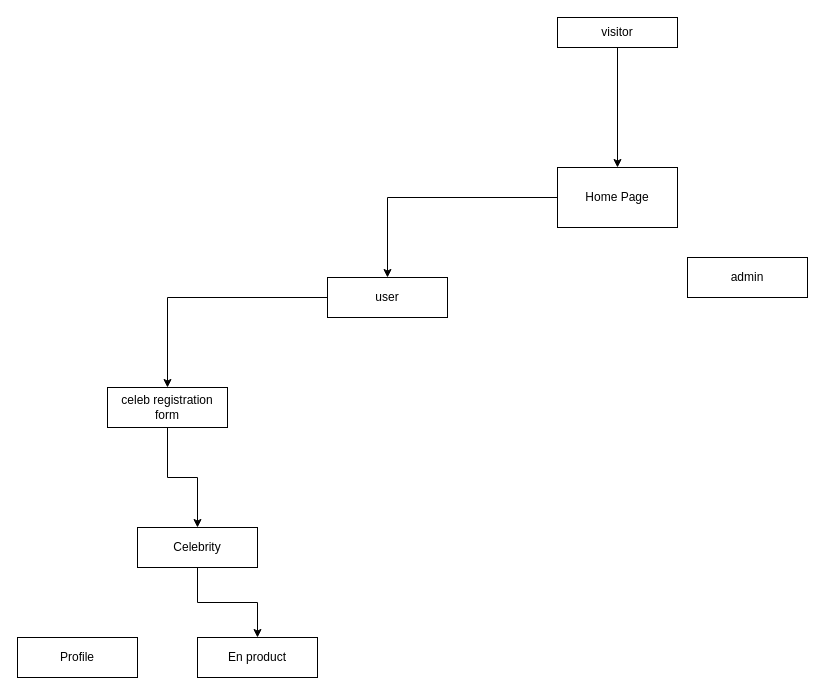
This is public/engalle.drawio from Engaller/engaller-core, a draw.io file, before an edit. Source tidied: cells renumbered, new cells numbered last; positions are measured from the earlier drawing's top-left corner, leaving out a move shared by most shapes. Both pictures are drawn from the tidied source at 100%, with x=0, y=0 at pixel (17, 17).
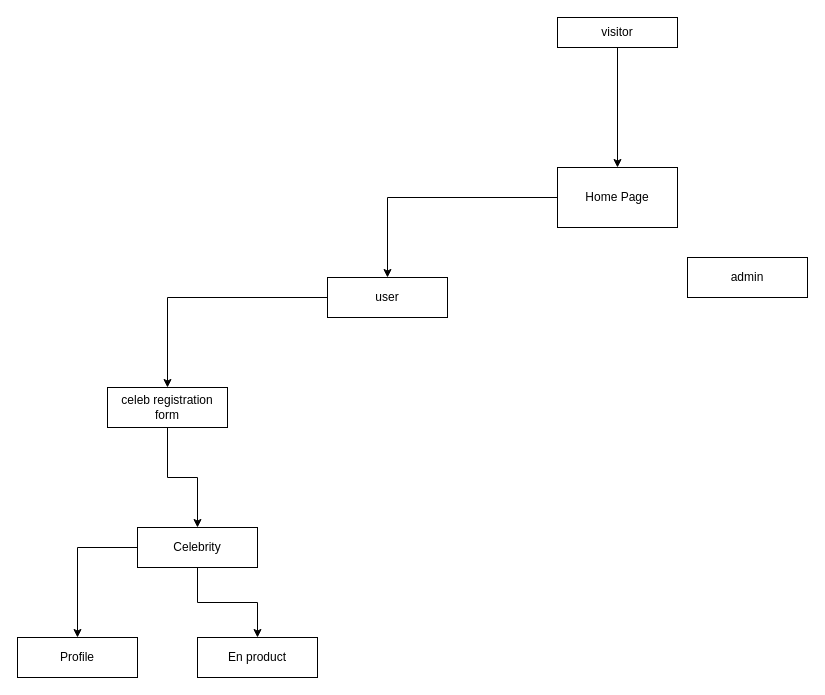
The same page after the edit.

Change to the diagram source:
```diff
@@
 <mxGraphModel>
   <root>
     <mxCell id="0" />
     <mxCell id="1" parent="0" />
     <mxCell id="2" style="edgeStyle=orthogonalEdgeStyle;rounded=0;jettySize=auto;html=1;exitX=0.5;exitY=1;exitDx=0;exitDy=0;entryX=0.5;entryY=0;entryDx=0;entryDy=0;" parent="1" edge="1" source="3" target="5">
       <mxGeometry relative="1" as="geometry" />
     </mxCell>
     <mxCell id="3" value="visitor" style="rounded=0;whiteSpace=wrap;html=1;" parent="1" vertex="1">
       <mxGeometry x="540" width="120" height="30" as="geometry" />
     </mxCell>
     <mxCell id="4" style="edgeStyle=orthogonalEdgeStyle;rounded=0;jettySize=auto;html=1;exitX=0;exitY=0.5;exitDx=0;exitDy=0;entryX=0.5;entryY=0;entryDx=0;entryDy=0;" parent="1" edge="1" source="5" target="7">
       <mxGeometry relative="1" as="geometry" />
     </mxCell>
     <mxCell id="5" value="Home Page" style="rounded=0;whiteSpace=wrap;html=1;" parent="1" vertex="1">
       <mxGeometry x="540" y="150" width="120" height="60" as="geometry" />
     </mxCell>
     <mxCell id="6" style="edgeStyle=orthogonalEdgeStyle;rounded=0;jettySize=auto;html=1;entryX=0.5;entryY=0;entryDx=0;entryDy=0;" parent="1" edge="1" source="7" target="13">
       <mxGeometry relative="1" as="geometry" />
     </mxCell>
     <mxCell id="7" value="user" style="rounded=0;whiteSpace=wrap;html=1;" parent="1" vertex="1">
       <mxGeometry x="310" y="260" width="120" height="40" as="geometry" />
     </mxCell>
     <mxCell id="8" style="edgeStyle=orthogonalEdgeStyle;rounded=0;jettySize=auto;html=1;exitX=0.5;exitY=1;exitDx=0;exitDy=0;" parent="1" edge="1" source="9" target="10">
       <mxGeometry relative="1" as="geometry" />
     </mxCell>
+    <mxCell id="15" style="edgeStyle=orthogonalEdgeStyle;rounded=0;jettySize=auto;html=1;exitX=0;exitY=0.5;exitDx=0;exitDy=0;" parent="1" edge="1" source="9" target="14">
+      <mxGeometry relative="1" as="geometry" />
+    </mxCell>
     <mxCell id="9" value="Celebrity" style="rounded=0;whiteSpace=wrap;html=1;" parent="1" vertex="1">
       <mxGeometry x="120" y="510" width="120" height="40" as="geometry" />
     </mxCell>
     <mxCell id="10" value="En product" style="rounded=0;whiteSpace=wrap;html=1;" parent="1" vertex="1">
       <mxGeometry x="180" y="620" width="120" height="40" as="geometry" />
     </mxCell>
     <mxCell id="11" value="admin" style="rounded=0;whiteSpace=wrap;html=1;" parent="1" vertex="1">
       <mxGeometry x="670" y="240" width="120" height="40" as="geometry" />
     </mxCell>
     <mxCell id="12" style="edgeStyle=orthogonalEdgeStyle;rounded=0;jettySize=auto;html=1;exitX=0.5;exitY=1;exitDx=0;exitDy=0;" parent="1" edge="1" source="13" target="9">
       <mxGeometry relative="1" as="geometry" />
     </mxCell>
     <mxCell id="13" value="celeb registration form" style="rounded=0;whiteSpace=wrap;html=1;" parent="1" vertex="1">
       <mxGeometry x="90" y="370" width="120" height="40" as="geometry" />
     </mxCell>
     <mxCell id="14" value="Profile" style="rounded=0;whiteSpace=wrap;html=1;" parent="1" vertex="1">
       <mxGeometry y="620" width="120" height="40" as="geometry" />
     </mxCell>
   </root>
 </mxGraphModel>
```
